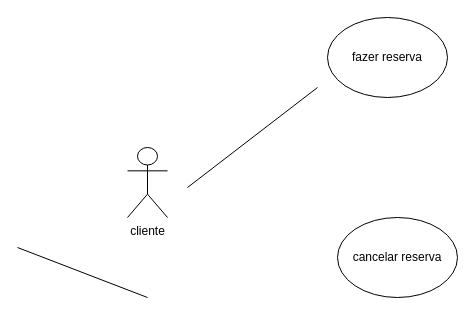
Raquelf-06/diagramasderequisitos keeps this draw.io diagram as page "Página-1" (1 of 15) of Diagrama sem nome.drawio. Above is the earlier version. Source tidied: cells renumbered, new cells numbered last; positions are measured from the earlier drawing's top-left corner, leaving out a move shared by most shapes. Both pictures are drawn from the tidied source at 100%, with x=0, y=0 at pixel (17, 17).
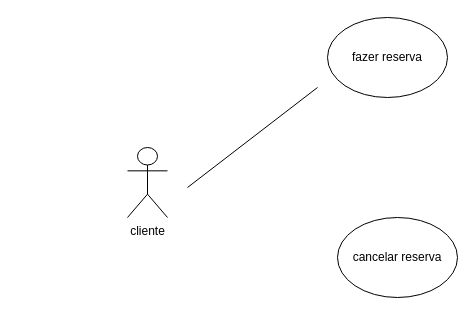
Above is the later version.

Change to the diagram source:
```diff
@@
 <mxGraphModel>
   <root>
     <mxCell id="0" />
     <mxCell id="1" parent="0" />
     <mxCell id="2" value="cliente" style="shape=umlActor;verticalLabelPosition=bottom;verticalAlign=top;html=1;" parent="1" vertex="1">
       <mxGeometry x="110" y="130" width="40" height="70" as="geometry" />
     </mxCell>
     <mxCell id="3" value="fazer reserva" style="ellipse;whiteSpace=wrap;html=1;" parent="1" vertex="1">
       <mxGeometry x="310" width="120" height="80" as="geometry" />
     </mxCell>
     <mxCell id="4" value="cancelar reserva" style="ellipse;whiteSpace=wrap;html=1;" parent="1" vertex="1">
       <mxGeometry x="320" y="200" width="120" height="80" as="geometry" />
     </mxCell>
     <mxCell id="5" style="endArrow=none;html=1;rounded=0;" parent="1" edge="1">
       <mxGeometry relative="1" as="geometry">
         <mxPoint x="170" y="170" as="sourcePoint" />
         <mxPoint x="300" y="70" as="targetPoint" />
       </mxGeometry>
     </mxCell>
-    <mxCell id="6" style="endArrow=none;html=1;rounded=0;" parent="1" edge="1">
-      <mxGeometry relative="1" as="geometry">
-        <mxPoint y="230" as="sourcePoint" />
-        <mxPoint x="130" y="280" as="targetPoint" />
-      </mxGeometry>
-    </mxCell>
   </root>
 </mxGraphModel>
```
